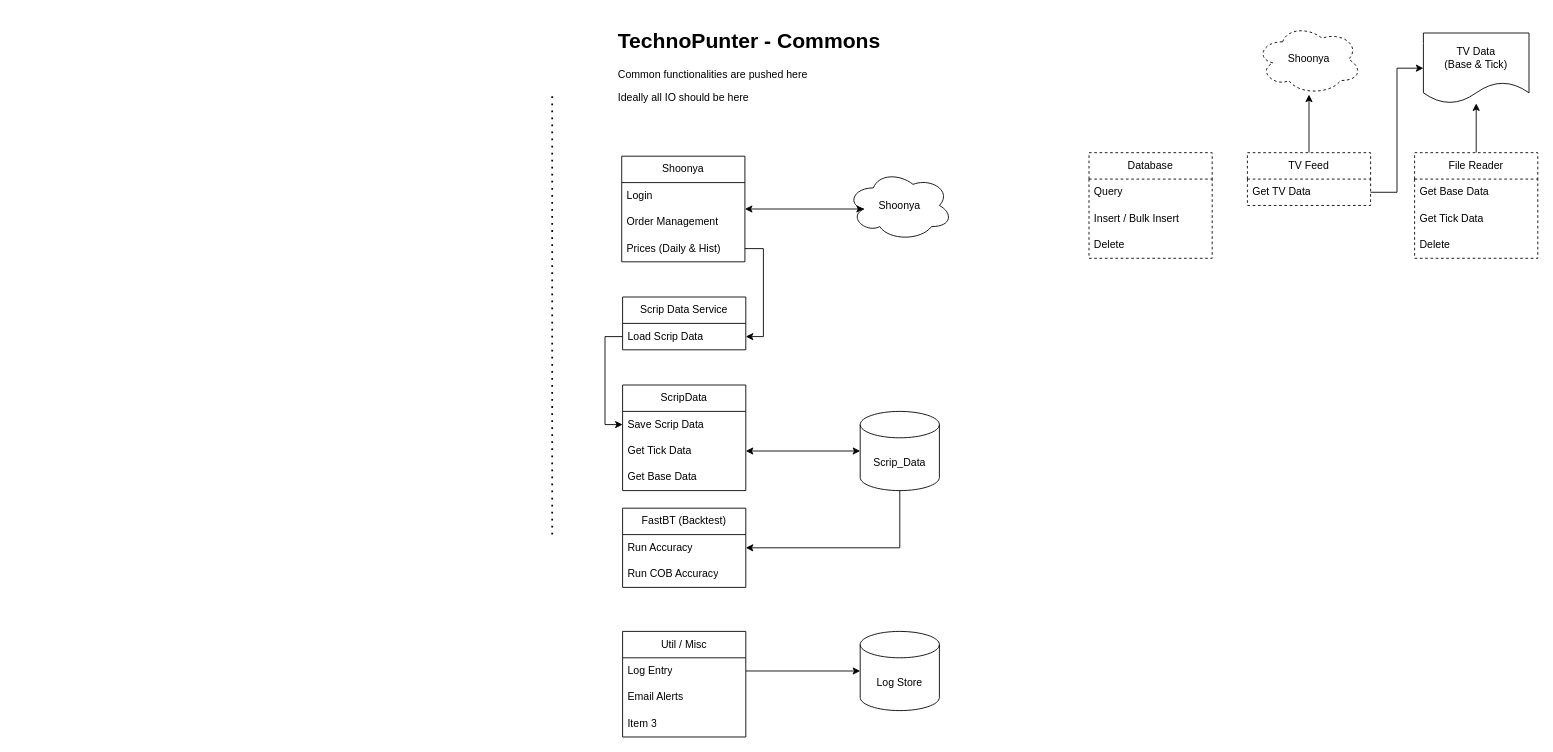
Above: Techno Punter System Design.drawio in TechnoPunter/docs (draw.io), before the change. Source tidied: cells renumbered, new cells numbered last; positions are measured from the earlier drawing's top-left corner, leaving out a move shared by most shapes. Both pictures are drawn from the tidied source at 88%, with x=0, y=0 at pixel (552, 24).
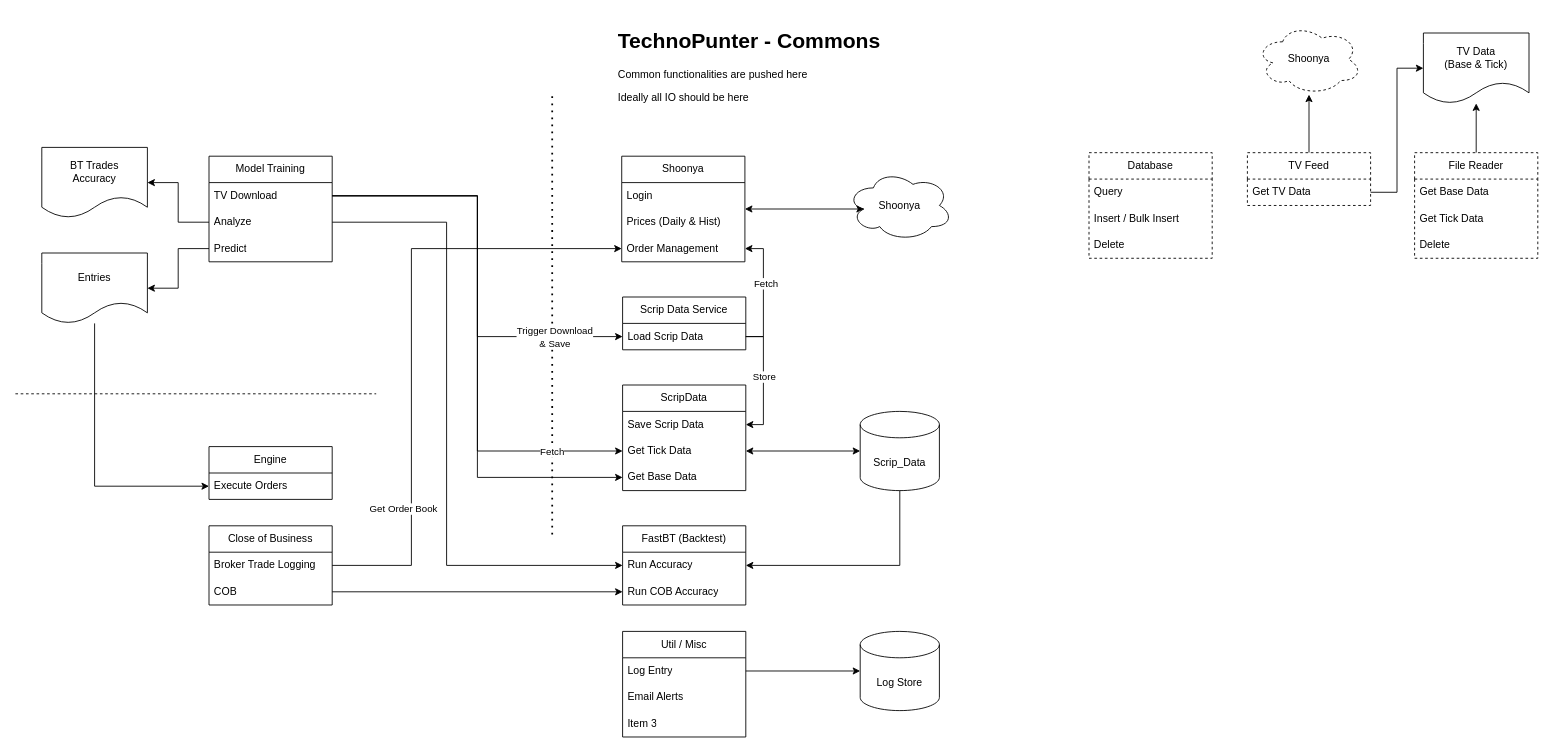
The same page after the edit.

Commit message:
Added System Design docs.

The change refers to these unchanged cells:
```xml
<mxCell id="2" value="Shoonya" style="swimlane;fontStyle=0;horizontal=1;startSize=30;whiteSpace=wrap;html=1;" parent="1" vertex="1">
  <mxGeometry x="79" y="150" width="140" height="120" as="geometry" />
</mxCell>
<mxCell id="7" value="Save Scrip Data" style="text;strokeColor=none;fillColor=none;align=left;verticalAlign=middle;spacingLeft=4;spacingRight=4;overflow=hidden;points=[[0,0.5],[1,0.5]];portConstraint=eastwest;whiteSpace=wrap;html=1;" parent="6" vertex="1">
  <mxGeometry y="30" width="140" height="30" as="geometry" />
</mxCell>
<mxCell id="8" value="Get Tick Data" style="text;strokeColor=none;fillColor=none;align=left;verticalAlign=middle;spacingLeft=4;spacingRight=4;overflow=hidden;points=[[0,0.5],[1,0.5]];portConstraint=eastwest;whiteSpace=wrap;html=1;" parent="6" vertex="1">
  <mxGeometry y="60" width="140" height="30" as="geometry" />
</mxCell>
<mxCell id="9" value="Get Base Data" style="text;strokeColor=none;fillColor=none;align=left;verticalAlign=middle;spacingLeft=4;spacingRight=4;overflow=hidden;points=[[0,0.5],[1,0.5]];portConstraint=eastwest;whiteSpace=wrap;html=1;" parent="6" vertex="1">
  <mxGeometry y="90" width="140" height="30" as="geometry" />
</mxCell>
<mxCell id="13" value="Load Scrip Data" style="text;strokeColor=none;fillColor=none;align=left;verticalAlign=middle;spacingLeft=4;spacingRight=4;overflow=hidden;points=[[0,0.5],[1,0.5]];portConstraint=eastwest;whiteSpace=wrap;html=1;" parent="12" vertex="1">
  <mxGeometry y="30" width="140" height="30" as="geometry" />
</mxCell>
<mxCell id="43" value="Run Accuracy" style="text;strokeColor=none;fillColor=none;align=left;verticalAlign=middle;spacingLeft=4;spacingRight=4;overflow=hidden;points=[[0,0.5],[1,0.5]];portConstraint=eastwest;whiteSpace=wrap;html=1;" parent="42" vertex="1">
  <mxGeometry y="30" width="140" height="30" as="geometry" />
</mxCell>
<mxCell id="44" value="Run COB Accuracy" style="text;strokeColor=none;fillColor=none;align=left;verticalAlign=middle;spacingLeft=4;spacingRight=4;overflow=hidden;points=[[0,0.5],[1,0.5]];portConstraint=eastwest;whiteSpace=wrap;html=1;" parent="42" vertex="1">
  <mxGeometry y="60" width="140" height="30" as="geometry" />
</mxCell>
```

Change to the diagram source:
```diff
@@
-    <mxCell id="4" value="Order Management" style="text;strokeColor=none;fillColor=none;align=left;verticalAlign=middle;spacingLeft=4;spacingRight=4;overflow=hidden;whiteSpace=wrap;html=1;" parent="2" vertex="1">
+    <mxCell id="4" value="Prices (Daily &amp;amp; Hist)" style="text;strokeColor=none;fillColor=none;align=left;verticalAlign=middle;spacingLeft=4;spacingRight=4;overflow=hidden;whiteSpace=wrap;html=1;" parent="2" vertex="1">
       <mxGeometry y="60" width="140" height="30" as="geometry" />
     </mxCell>
-    <mxCell id="5" value="Prices (Daily &amp;amp; Hist)" style="text;strokeColor=none;fillColor=none;align=left;verticalAlign=middle;spacingLeft=4;spacingRight=4;overflow=hidden;points=[[0,0.5],[1,0.5]];portConstraint=eastwest;whiteSpace=wrap;html=1;" parent="2" vertex="1">
+    <mxCell id="5" value="Order Management" style="text;strokeColor=none;fillColor=none;align=left;verticalAlign=middle;spacingLeft=4;spacingRight=4;overflow=hidden;points=[[0,0.5],[1,0.5]];portConstraint=eastwest;whiteSpace=wrap;html=1;" parent="2" vertex="1">
       <mxGeometry y="90" width="140" height="30" as="geometry" />
     </mxCell>
@@
-    <mxCell id="14" style="edgeStyle=orthogonalEdgeStyle;rounded=0;jettySize=auto;html=1;entryX=1;entryY=0.5;entryDx=0;entryDy=0;exitX=1;exitY=0.5;exitDx=0;exitDy=0;" parent="1" edge="1" source="5" target="13">
+    <mxCell id="14" style="edgeStyle=orthogonalEdgeStyle;rounded=0;jettySize=auto;html=1;entryX=1;entryY=0.5;entryDx=0;entryDy=0;exitX=1;exitY=0.5;exitDx=0;exitDy=0;startArrow=classic;startFill=1;endArrow=none;endFill=0;" parent="1" edge="1" source="5" target="13">
       <mxGeometry relative="1" as="geometry" />
     </mxCell>
-    <mxCell id="15" style="edgeStyle=orthogonalEdgeStyle;rounded=0;jettySize=auto;html=1;entryX=0;entryY=0.5;entryDx=0;entryDy=0;" parent="1" edge="1" source="13" target="7">
-      <mxGeometry relative="1" as="geometry" />
-    </mxCell>
+    <mxCell id="45" value="Fetch" style="edgeLabel;html=1;align=center;verticalAlign=middle;" parent="14" vertex="1">
+      <mxGeometry x="-0.15" y="2" relative="1" as="geometry" />
+    </mxCell>
@@
     <mxCell id="42" value="FastBT (Backtest)" style="swimlane;fontStyle=0;horizontal=1;startSize=30;whiteSpace=wrap;html=1;" parent="1" vertex="1">
-      <mxGeometry x="80" y="550" width="140" height="90" as="geometry" />
+      <mxGeometry x="80" y="570" width="140" height="90" as="geometry" />
     </mxCell>
@@
+    <mxCell id="46" value="Model Training" style="swimlane;fontStyle=0;horizontal=1;startSize=30;whiteSpace=wrap;html=1;" parent="1" vertex="1">
+      <mxGeometry x="-390" y="150" width="140" height="120" as="geometry" />
+    </mxCell>
+    <mxCell id="47" value="TV Download" style="text;strokeColor=none;fillColor=none;align=left;verticalAlign=middle;spacingLeft=4;spacingRight=4;overflow=hidden;points=[[0,0.5],[1,0.5]];portConstraint=eastwest;whiteSpace=wrap;html=1;" parent="46" vertex="1">
+      <mxGeometry y="30" width="140" height="30" as="geometry" />
+    </mxCell>
+    <mxCell id="48" value="Analyze" style="text;strokeColor=none;fillColor=none;align=left;verticalAlign=middle;spacingLeft=4;spacingRight=4;overflow=hidden;points=[[0,0.5],[1,0.5]];portConstraint=eastwest;whiteSpace=wrap;html=1;" parent="46" vertex="1">
+      <mxGeometry y="60" width="140" height="30" as="geometry" />
+    </mxCell>
+    <mxCell id="49" value="Predict" style="text;strokeColor=none;fillColor=none;align=left;verticalAlign=middle;spacingLeft=4;spacingRight=4;overflow=hidden;points=[[0,0.5],[1,0.5]];portConstraint=eastwest;whiteSpace=wrap;html=1;" parent="46" vertex="1">
+      <mxGeometry y="90" width="140" height="30" as="geometry" />
+    </mxCell>
+    <mxCell id="50" style="edgeStyle=orthogonalEdgeStyle;rounded=0;jettySize=auto;html=1;" parent="1" edge="1" source="47" target="8">
+      <mxGeometry relative="1" as="geometry" />
+    </mxCell>
+    <mxCell id="51" value="Fetch" style="edgeLabel;html=1;align=center;verticalAlign=middle;" parent="50" vertex="1">
+      <mxGeometry x="0.74" y="-4" relative="1" as="geometry">
+        <mxPoint y="-4" as="offset" />
+      </mxGeometry>
+    </mxCell>
+    <mxCell id="52" style="edgeStyle=orthogonalEdgeStyle;rounded=0;jettySize=auto;html=1;entryX=0;entryY=0.5;entryDx=0;entryDy=0;" parent="1" edge="1" source="47" target="9">
+      <mxGeometry relative="1" as="geometry" />
+    </mxCell>
+    <mxCell id="53" style="edgeStyle=orthogonalEdgeStyle;rounded=0;jettySize=auto;html=1;" parent="1" edge="1" source="47" target="13">
+      <mxGeometry relative="1" as="geometry" />
+    </mxCell>
+    <mxCell id="54" value="Trigger Download&lt;br&gt;&amp;amp; Save" style="edgeLabel;html=1;align=center;verticalAlign=middle;" parent="53" vertex="1">
+      <mxGeometry x="0.72" y="2" relative="1" as="geometry">
+        <mxPoint x="-9" y="2" as="offset" />
+      </mxGeometry>
+    </mxCell>
+    <mxCell id="15" style="edgeStyle=orthogonalEdgeStyle;rounded=0;jettySize=auto;html=1;exitX=1;exitY=0.5;exitDx=0;exitDy=0;" parent="1" edge="1" source="13" target="7">
+      <mxGeometry relative="1" as="geometry" />
+    </mxCell>
+    <mxCell id="55" value="Store" style="edgeLabel;html=1;align=center;verticalAlign=middle;" parent="15" vertex="1">
+      <mxGeometry x="0.1" y="2" relative="1" as="geometry">
+        <mxPoint x="-2" y="-12" as="offset" />
+      </mxGeometry>
+    </mxCell>
+    <mxCell id="56" value="BT Trades&lt;br&gt;Accuracy" style="shape=document;whiteSpace=wrap;html=1;boundedLbl=1;" parent="1" vertex="1">
+      <mxGeometry x="-580" y="140" width="120" height="80" as="geometry" />
+    </mxCell>
+    <mxCell id="57" style="edgeStyle=orthogonalEdgeStyle;rounded=0;jettySize=auto;html=1;entryX=0;entryY=0.5;entryDx=0;entryDy=0;" parent="1" edge="1" source="58" target="63">
+      <mxGeometry relative="1" as="geometry" />
+    </mxCell>
+    <mxCell id="58" value="Entries" style="shape=document;whiteSpace=wrap;html=1;boundedLbl=1;" parent="1" vertex="1">
+      <mxGeometry x="-580" y="260" width="120" height="80" as="geometry" />
+    </mxCell>
+    <mxCell id="59" style="edgeStyle=orthogonalEdgeStyle;rounded=0;jettySize=auto;html=1;" parent="1" edge="1" source="49" target="58">
+      <mxGeometry relative="1" as="geometry" />
+    </mxCell>
+    <mxCell id="60" style="edgeStyle=orthogonalEdgeStyle;rounded=0;jettySize=auto;html=1;entryX=1;entryY=0.5;entryDx=0;entryDy=0;" parent="1" edge="1" source="48" target="56">
+      <mxGeometry relative="1" as="geometry" />
+    </mxCell>
+    <mxCell id="61" style="edgeStyle=orthogonalEdgeStyle;rounded=0;jettySize=auto;html=1;entryX=0;entryY=0.5;entryDx=0;entryDy=0;" parent="1" edge="1" source="48" target="43">
+      <mxGeometry relative="1" as="geometry">
+        <Array as="points">
+          <mxPoint x="-120" y="225" />
+          <mxPoint x="-120" y="615" />
+        </Array>
+      </mxGeometry>
+    </mxCell>
+    <mxCell id="62" value="Engine" style="swimlane;fontStyle=0;horizontal=1;startSize=30;whiteSpace=wrap;html=1;" parent="1" vertex="1">
+      <mxGeometry x="-390" y="480" width="140" height="60" as="geometry" />
+    </mxCell>
+    <mxCell id="63" value="Execute Orders" style="text;strokeColor=none;fillColor=none;align=left;verticalAlign=middle;spacingLeft=4;spacingRight=4;overflow=hidden;points=[[0,0.5],[1,0.5]];portConstraint=eastwest;whiteSpace=wrap;html=1;" parent="62" vertex="1">
+      <mxGeometry y="30" width="140" height="30" as="geometry" />
+    </mxCell>
+    <mxCell id="64" value="Close of Business" style="swimlane;fontStyle=0;horizontal=1;startSize=30;whiteSpace=wrap;html=1;" parent="1" vertex="1">
+      <mxGeometry x="-390" y="570" width="140" height="90" as="geometry" />
+    </mxCell>
+    <mxCell id="65" value="Broker Trade Logging" style="text;strokeColor=none;fillColor=none;align=left;verticalAlign=middle;spacingLeft=4;spacingRight=4;overflow=hidden;points=[[0,0.5],[1,0.5]];portConstraint=eastwest;whiteSpace=wrap;html=1;" parent="64" vertex="1">
+      <mxGeometry y="30" width="140" height="30" as="geometry" />
+    </mxCell>
+    <mxCell id="66" value="COB" style="text;strokeColor=none;fillColor=none;align=left;verticalAlign=middle;spacingLeft=4;spacingRight=4;overflow=hidden;points=[[0,0.5],[1,0.5]];portConstraint=eastwest;whiteSpace=wrap;html=1;" parent="64" vertex="1">
+      <mxGeometry y="60" width="140" height="30" as="geometry" />
+    </mxCell>
+    <mxCell id="67" style="edgeStyle=orthogonalEdgeStyle;rounded=0;jettySize=auto;html=1;" parent="1" edge="1" source="66" target="44">
+      <mxGeometry relative="1" as="geometry" />
+    </mxCell>
+    <mxCell id="68" style="edgeStyle=orthogonalEdgeStyle;rounded=0;jettySize=auto;html=1;entryX=0;entryY=0.5;entryDx=0;entryDy=0;exitX=1;exitY=0.5;exitDx=0;exitDy=0;" parent="1" edge="1" source="65" target="5">
+      <mxGeometry relative="1" as="geometry">
+        <Array as="points">
+          <mxPoint x="-160" y="615" />
+          <mxPoint x="-160" y="255" />
+        </Array>
+      </mxGeometry>
+    </mxCell>
+    <mxCell id="69" value="Get Order Book" style="edgeLabel;html=1;align=center;verticalAlign=middle;" parent="68" vertex="1">
+      <mxGeometry x="-0.55" y="-2" relative="1" as="geometry">
+        <mxPoint x="-12" as="offset" />
+      </mxGeometry>
+    </mxCell>
+    <mxCell id="70" style="endArrow=none;dashed=1;html=1;rounded=0;" parent="1" edge="1">
+      <mxGeometry relative="1" as="geometry">
+        <mxPoint x="-610" y="420" as="sourcePoint" />
+        <mxPoint x="-200" y="420" as="targetPoint" />
+      </mxGeometry>
+    </mxCell>
```
